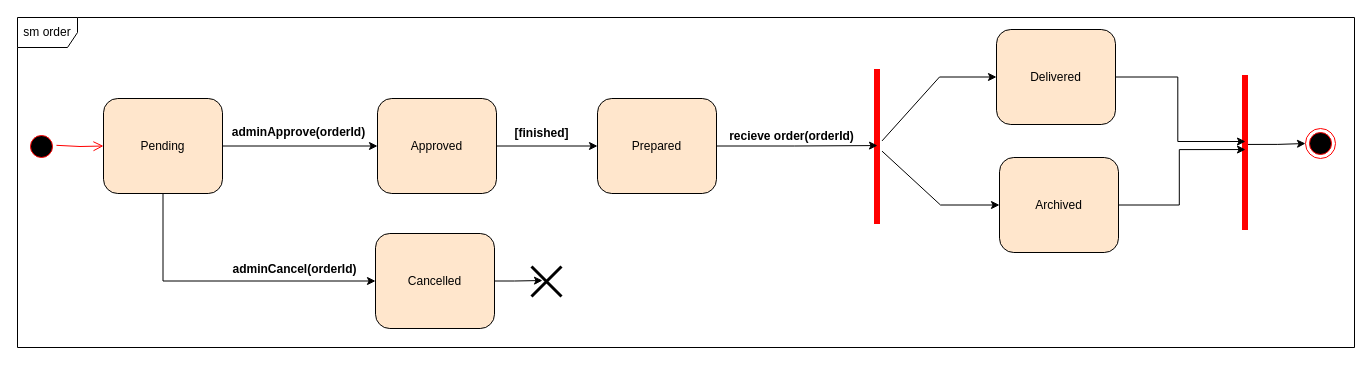
This is UML/state machine diagram/Order state diagram.drawio from eltohamy3/Ecommerce-System-analysis_project, a draw.io file, before an edit. Source tidied: cells renumbered, new cells numbered last; positions are measured from the earlier drawing's top-left corner, leaving out a move shared by most shapes. Both pictures are drawn from the tidied source at 100%, with x=0, y=0 at pixel (17, 17).
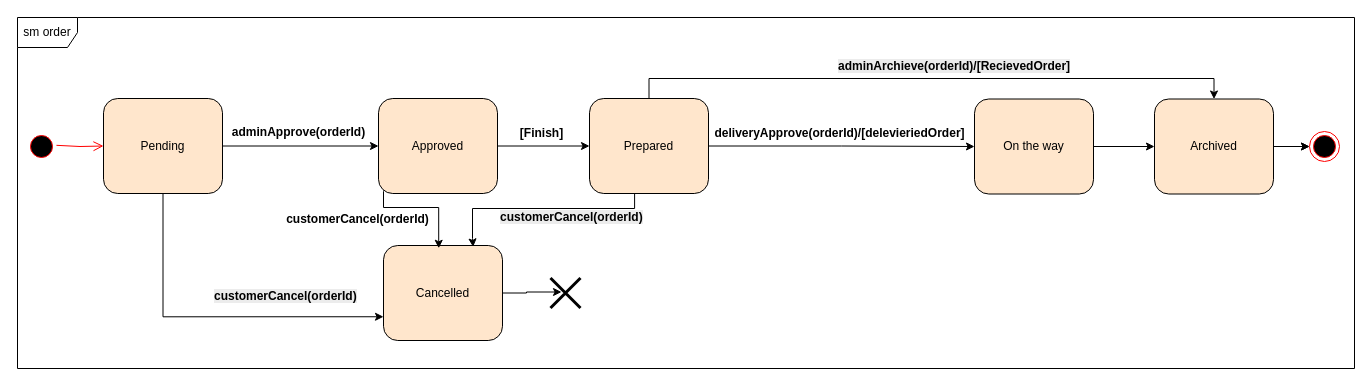
The same page after the edit.

Commit message (it also covers changes not shown here):
update state machine

The change refers to these unchanged cells:
```xml
<mxCell id="7" value="Pending" style="rounded=1;whiteSpace=wrap;html=1;fillColor=#FFE6CC;" parent="1" vertex="1">
  <mxGeometry x="86" y="81" width="119" height="95" as="geometry" />
</mxCell>
```

What changed in the source:
```diff
@@
     <mxCell id="2" style="ellipse;html=1;shape=endState;fillColor=#000000;strokeColor=#ff0000;" parent="1" vertex="1">
-      <mxGeometry x="1288" y="111" width="30" height="30" as="geometry" />
+      <mxGeometry x="1292" y="114" width="30" height="30" as="geometry" />
     </mxCell>
@@
-    <mxCell id="6" style="edgeStyle=orthogonalEdgeStyle;rounded=0;jettySize=auto;html=1;exitX=0.5;exitY=1;exitDx=0;exitDy=0;entryX=0;entryY=0.5;entryDx=0;entryDy=0;" parent="1" edge="1" source="7" target="14">
+    <mxCell id="6" style="edgeStyle=orthogonalEdgeStyle;rounded=0;jettySize=auto;html=1;exitX=0.5;exitY=1;exitDx=0;exitDy=0;entryX=0;entryY=0.75;entryDx=0;entryDy=0;" parent="1" edge="1" source="7" target="14">
       <mxGeometry relative="1" as="geometry" />
     </mxCell>
@@
     <mxCell id="9" value="Approved" style="rounded=1;whiteSpace=wrap;html=1;fillColor=#FFE6CC;" parent="1" vertex="1">
-      <mxGeometry x="360" y="81" width="119" height="95" as="geometry" />
+      <mxGeometry x="361" y="81" width="119" height="95" as="geometry" />
     </mxCell>
+    <mxCell id="29" style="edgeStyle=orthogonalEdgeStyle;rounded=0;jettySize=auto;html=1;exitX=0.337;exitY=0.993;exitDx=0;exitDy=0;exitPerimeter=0;entryX=0.753;entryY=0.015;entryDx=0;entryDy=0;entryPerimeter=0;" parent="1" edge="1" target="14">
+      <mxGeometry relative="1" as="geometry">
+        <mxPoint x="617.1" y="159" as="sourcePoint" />
+        <Array as="points">
+          <mxPoint x="617" y="191" />
+          <mxPoint x="455" y="191" />
+          <mxPoint x="455" y="221" />
+          <mxPoint x="456" y="221" />
+        </Array>
+      </mxGeometry>
+    </mxCell>
+    <mxCell id="30" style="edgeStyle=orthogonalEdgeStyle;rounded=0;jettySize=auto;html=1;exitX=0.5;exitY=0;exitDx=0;exitDy=0;entryX=0.5;entryY=0;entryDx=0;entryDy=0;" parent="1" edge="1" source="10" target="21">
+      <mxGeometry relative="1" as="geometry" />
+    </mxCell>
     <mxCell id="10" value="Prepared" style="rounded=1;whiteSpace=wrap;html=1;fillColor=#FFE6CC;" parent="1" vertex="1">
-      <mxGeometry x="580" y="81" width="119" height="95" as="geometry" />
+      <mxGeometry x="572" y="81" width="119" height="95" as="geometry" />
     </mxCell>
     <mxCell id="11" style="shape=umlDestroy;whiteSpace=wrap;html=1;strokeWidth=3;targetShapes=umlLifeline;" parent="1" vertex="1">
-      <mxGeometry x="514" y="249" width="30" height="30" as="geometry" />
+      <mxGeometry x="533" y="260.5" width="30" height="30" as="geometry" />
     </mxCell>
@@
-    <mxCell id="13" value="&lt;b&gt;adminCancel(&lt;/b&gt;&lt;b&gt;orderId)&lt;/b&gt;" style="text;html=1;align=center;verticalAlign=middle;strokeColor=none;fillColor=none;" parent="1" vertex="1">
-      <mxGeometry x="205" y="238" width="143" height="27" as="geometry" />
-    </mxCell>
     <mxCell id="14" value="Cancelled" style="rounded=1;whiteSpace=wrap;html=1;fillColor=#FFE6CC;" parent="1" vertex="1">
-      <mxGeometry x="358" y="216" width="119" height="95" as="geometry" />
+      <mxGeometry x="366" y="228" width="119" height="95" as="geometry" />
     </mxCell>
@@
-    <mxCell id="16" value="&lt;b&gt;[finished]&lt;/b&gt;" style="text;html=1;align=center;verticalAlign=middle;strokeColor=none;fillColor=none;" parent="1" vertex="1">
-      <mxGeometry x="487" y="102" width="73" height="27" as="geometry" />
+    <mxCell id="16" value="&lt;b&gt;[Finish]&lt;/b&gt;" style="text;html=1;align=center;verticalAlign=middle;strokeColor=none;fillColor=none;" parent="1" vertex="1">
+      <mxGeometry x="493" y="103" width="61" height="26" as="geometry" />
     </mxCell>
-    <mxCell id="17" style="edgeStyle=orthogonalEdgeStyle;rounded=0;jettySize=auto;html=1;entryX=0;entryY=0.5;entryDx=0;entryDy=0;" parent="1" edge="1" source="19" target="21">
-      <mxGeometry relative="1" as="geometry">
-        <Array as="points">
-          <mxPoint x="923" y="188" />
-        </Array>
-      </mxGeometry>
-    </mxCell>
-    <mxCell id="18" style="edgeStyle=orthogonalEdgeStyle;rounded=0;jettySize=auto;html=1;entryX=0;entryY=0.5;entryDx=0;entryDy=0;" parent="1" edge="1" source="19" target="20">
-      <mxGeometry relative="1" as="geometry">
-        <Array as="points">
-          <mxPoint x="922" y="60" />
-        </Array>
-      </mxGeometry>
-    </mxCell>
-    <mxCell id="19" style="shape=line;html=1;strokeWidth=6;strokeColor=#ff0000;rotation=-90;fillColor=#4F4F4F;" parent="1" vertex="1">
-      <mxGeometry x="782" y="124" width="155" height="10" as="geometry" />
-    </mxCell>
+    <mxCell id="31" style="edgeStyle=orthogonalEdgeStyle;rounded=0;jettySize=auto;html=1;exitX=1;exitY=0.5;exitDx=0;exitDy=0;entryX=0;entryY=0.5;entryDx=0;entryDy=0;" parent="1" edge="1" source="20" target="21">
+      <mxGeometry relative="1" as="geometry" />
+    </mxCell>
-    <mxCell id="20" value="Delivered" style="rounded=1;whiteSpace=wrap;html=1;fillColor=#FFE6CC;" parent="1" vertex="1">
-      <mxGeometry x="979" y="12" width="119" height="95" as="geometry" />
+    <mxCell id="20" value="On the way" style="rounded=1;whiteSpace=wrap;html=1;fillColor=#FFE6CC;" parent="1" vertex="1">
+      <mxGeometry x="957" y="81.5" width="119" height="95" as="geometry" />
     </mxCell>
+    <mxCell id="32" style="edgeStyle=orthogonalEdgeStyle;rounded=0;jettySize=auto;html=1;exitX=1;exitY=0.5;exitDx=0;exitDy=0;" parent="1" edge="1" source="21" target="2">
+      <mxGeometry relative="1" as="geometry" />
+    </mxCell>
+    <mxCell id="33" style="edgeStyle=orthogonalEdgeStyle;rounded=0;jettySize=auto;html=1;" parent="1" edge="1" source="21" target="2">
+      <mxGeometry relative="1" as="geometry" />
+    </mxCell>
     <mxCell id="21" value="Archived" style="rounded=1;whiteSpace=wrap;html=1;fillColor=#FFE6CC;" parent="1" vertex="1">
-      <mxGeometry x="982" y="140" width="119" height="95" as="geometry" />
+      <mxGeometry x="1137" y="81.5" width="119" height="95" as="geometry" />
     </mxCell>
-    <mxCell id="22" style="edgeStyle=orthogonalEdgeStyle;rounded=0;jettySize=auto;html=1;entryX=0;entryY=0.5;entryDx=0;entryDy=0;exitX=0.552;exitY=0.45;exitDx=0;exitDy=0;exitPerimeter=0;" parent="1" edge="1" source="23" target="2">
-      <mxGeometry relative="1" as="geometry" />
-    </mxCell>
-    <mxCell id="23" style="shape=line;html=1;strokeWidth=6;strokeColor=#ff0000;rotation=-90;fillColor=#4F4F4F;" parent="1" vertex="1">
-      <mxGeometry x="1150" y="130" width="155" height="10" as="geometry" />
-    </mxCell>
-    <mxCell id="24" style="edgeStyle=orthogonalEdgeStyle;rounded=0;jettySize=auto;html=1;entryX=0.506;entryY=0.55;entryDx=0;entryDy=0;entryPerimeter=0;" parent="1" edge="1" source="10" target="19">
+    <mxCell id="24" style="edgeStyle=orthogonalEdgeStyle;rounded=0;jettySize=auto;html=1;entryX=0;entryY=0.5;entryDx=0;entryDy=0;" parent="1" edge="1" source="10" target="20">
       <mxGeometry relative="1" as="geometry" />
     </mxCell>
-    <mxCell id="25" style="edgeStyle=orthogonalEdgeStyle;rounded=0;jettySize=auto;html=1;entryX=0.571;entryY=0.55;entryDx=0;entryDy=0;entryPerimeter=0;" parent="1" edge="1" source="20" target="23">
-      <mxGeometry relative="1" as="geometry" />
-    </mxCell>
-    <mxCell id="26" style="edgeStyle=orthogonalEdgeStyle;rounded=0;jettySize=auto;html=1;entryX=0.519;entryY=0.55;entryDx=0;entryDy=0;entryPerimeter=0;" parent="1" edge="1" source="21" target="23">
-      <mxGeometry relative="1" as="geometry" />
-    </mxCell>
-    <mxCell id="27" value="&lt;b&gt;recieve order(orderId)&lt;/b&gt;" style="text;html=1;align=center;verticalAlign=middle;strokeColor=none;fillColor=none;" parent="1" vertex="1">
-      <mxGeometry x="702" y="105" width="144" height="27" as="geometry" />
+    <mxCell id="27" value="&lt;b&gt;deliveryApprove(orderId)/[delevieriedOrder]&lt;/b&gt;" style="text;html=1;align=center;verticalAlign=middle;strokeColor=none;fillColor=none;" parent="1" vertex="1">
+      <mxGeometry x="688" y="103" width="268" height="26" as="geometry" />
     </mxCell>
     <mxCell id="28" value="sm order" style="shape=umlFrame;whiteSpace=wrap;html=1;" parent="1" vertex="1">
-      <mxGeometry width="1337" height="330" as="geometry" />
+      <mxGeometry width="1337" height="351" as="geometry" />
     </mxCell>
+    <mxCell id="34" style="edgeStyle=orthogonalEdgeStyle;rounded=0;jettySize=auto;html=1;entryX=0.464;entryY=0.029;entryDx=0;entryDy=0;entryPerimeter=0;" parent="1" edge="1" target="14">
+      <mxGeometry relative="1" as="geometry">
+        <mxPoint x="366" y="173" as="sourcePoint" />
+        <Array as="points">
+          <mxPoint x="366" y="174" />
+          <mxPoint x="366" y="190" />
+          <mxPoint x="423" y="190" />
+        </Array>
+      </mxGeometry>
+    </mxCell>
+    <mxCell id="35" value="&lt;b&gt;customerCancel(orderId)&lt;/b&gt;" style="text;html=1;align=center;verticalAlign=middle;strokeColor=none;fillColor=none;" parent="1" vertex="1">
+      <mxGeometry x="259" y="189" width="161" height="26" as="geometry" />
+    </mxCell>
+    <mxCell id="36" value="&lt;b style=&quot;forced-color-adjust: none; color: rgb(0, 0, 0); font-family: Helvetica; font-size: 12px; font-style: normal; font-variant-ligatures: normal; font-variant-caps: normal; letter-spacing: normal; orphans: 2; text-align: center; text-indent: 0px; text-transform: none; widows: 2; word-spacing: 0px; -webkit-text-stroke-width: 0px; white-space: nowrap; background-color: rgb(236, 236, 236); text-decoration-thickness: initial; text-decoration-style: initial; text-decoration-color: initial;&quot;&gt;customerCancel(orderId)&lt;/b&gt;" style="text;whiteSpace=wrap;html=1;" parent="1" vertex="1">
+      <mxGeometry x="481" y="186" width="164" height="25" as="geometry" />
+    </mxCell>
+    <mxCell id="37" value="&lt;b style=&quot;forced-color-adjust: none; color: rgb(0, 0, 0); font-family: Helvetica; font-size: 12px; font-style: normal; font-variant-ligatures: normal; font-variant-caps: normal; letter-spacing: normal; orphans: 2; text-align: center; text-indent: 0px; text-transform: none; widows: 2; word-spacing: 0px; -webkit-text-stroke-width: 0px; white-space: nowrap; background-color: rgb(236, 236, 236); text-decoration-thickness: initial; text-decoration-style: initial; text-decoration-color: initial;&quot;&gt;adminArchieve(orderId)/[RecievedOrder]&lt;/b&gt;" style="text;whiteSpace=wrap;html=1;" parent="1" vertex="1">
+      <mxGeometry x="819" y="35" width="162" height="27" as="geometry" />
+    </mxCell>
+    <mxCell id="38" value="&lt;b style=&quot;forced-color-adjust: none; color: rgb(0, 0, 0); font-family: Helvetica; font-size: 12px; font-style: normal; font-variant-ligatures: normal; font-variant-caps: normal; letter-spacing: normal; orphans: 2; text-align: center; text-indent: 0px; text-transform: none; widows: 2; word-spacing: 0px; -webkit-text-stroke-width: 0px; white-space: nowrap; background-color: rgb(236, 236, 236); text-decoration-thickness: initial; text-decoration-style: initial; text-decoration-color: initial;&quot;&gt;customerCancel(orderId)&lt;/b&gt;" style="text;whiteSpace=wrap;html=1;" parent="1" vertex="1">
+      <mxGeometry x="195" y="265" width="162" height="27" as="geometry" />
+    </mxCell>
```
